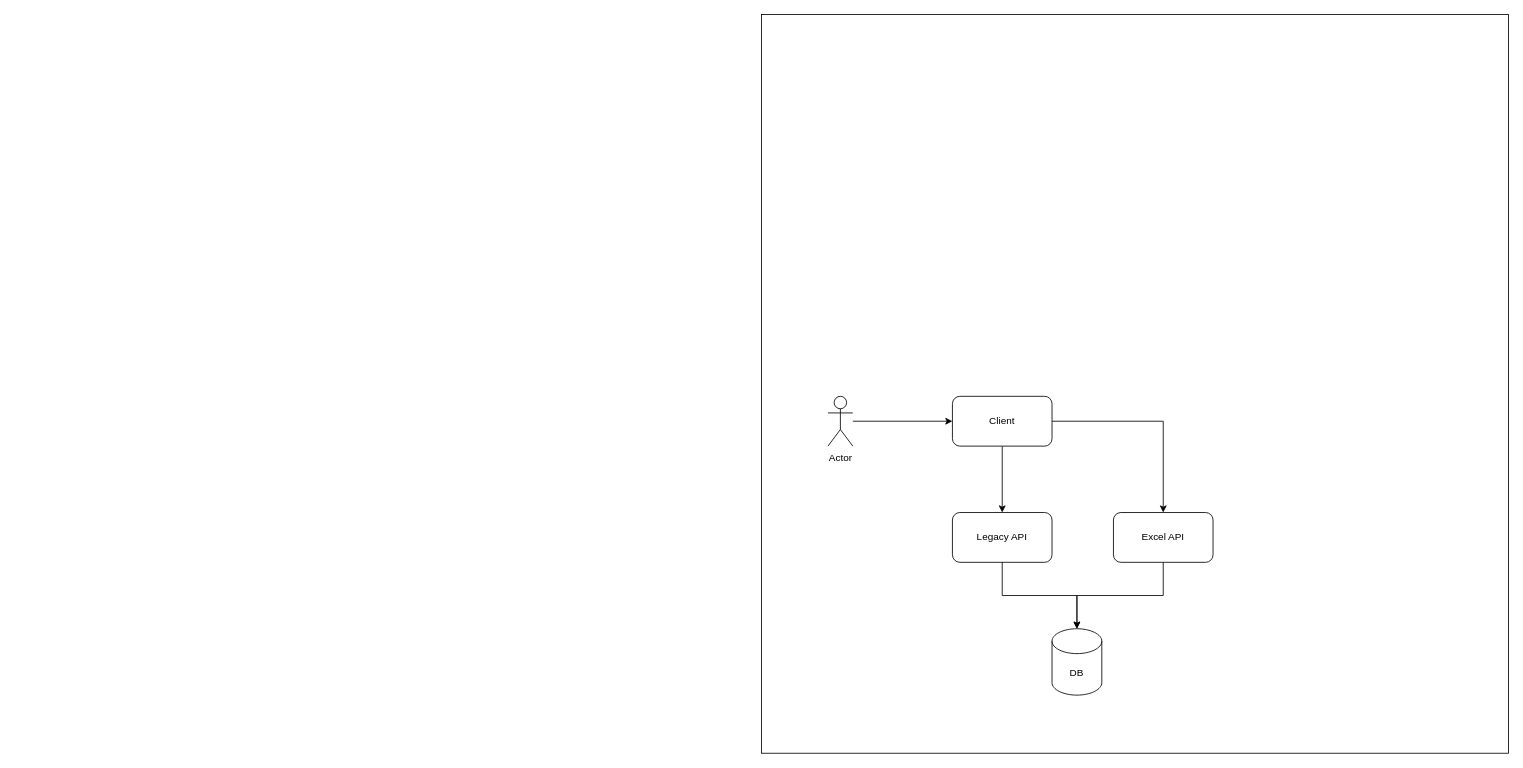
currenjin/alexandria-playground keeps this draw.io diagram as book-building-microservices/assets/building-microservices.drawio. Above is the earlier version. Source tidied: cells renumbered, new cells numbered last; positions are measured from the earlier drawing's top-left corner, leaving out a move shared by most shapes. Both pictures are drawn from the tidied source at 83%, with x=0, y=0 at pixel (761, 14).
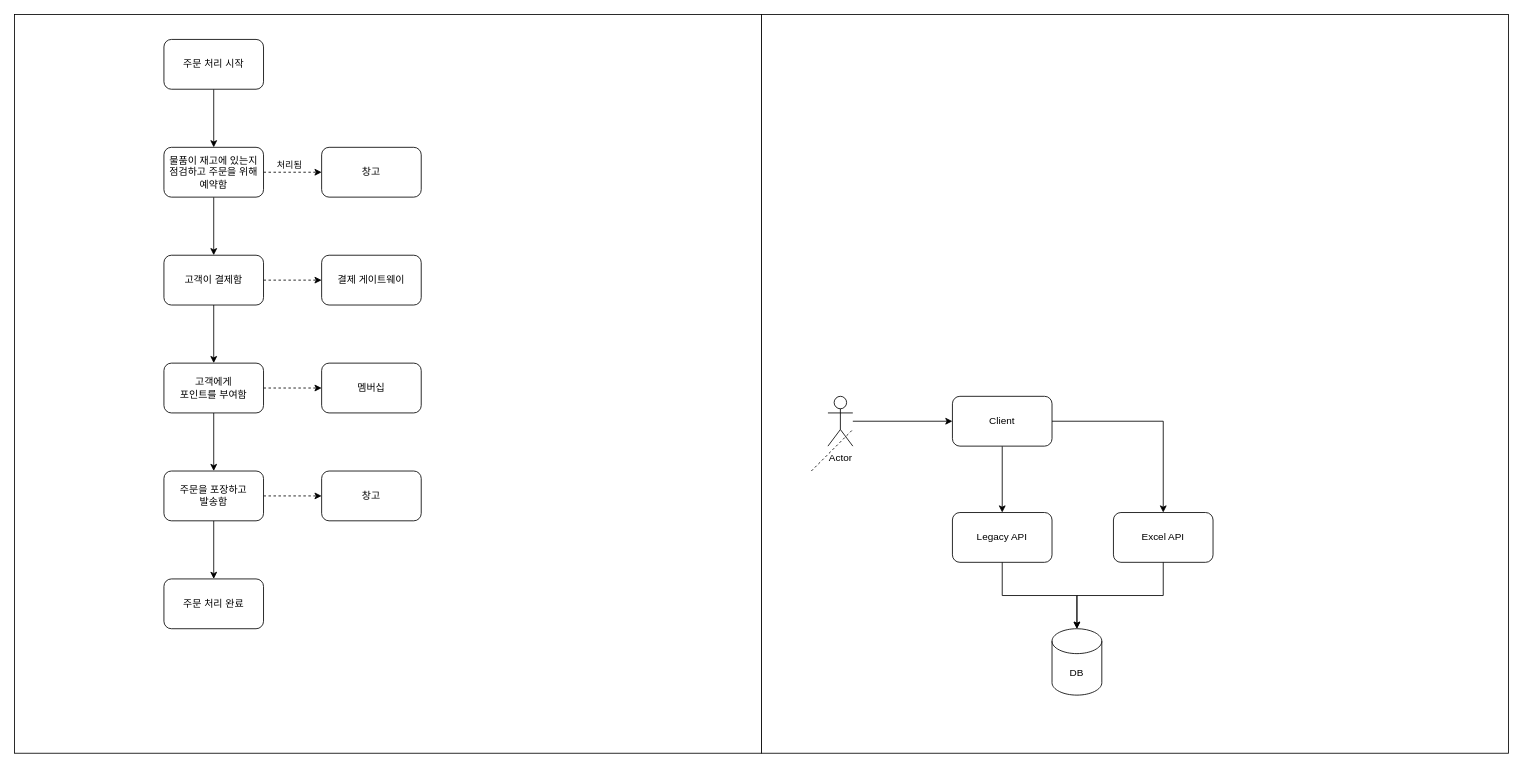
The same page after the edit.

Commit message (it also covers changes not shown here):
Challenge/251027 building microservices (#182)

* docs: add more ch06

* chore: add saga pattern

* docs: add saga images

Change to the diagram source:
```diff
@@
+    <mxCell id="13" style="rounded=0;whiteSpace=wrap;html=1;" parent="1" vertex="1">
+      <mxGeometry x="-900" width="900" height="890" as="geometry" />
+    </mxCell>
+    <mxCell id="14" style="edgeStyle=orthogonalEdgeStyle;rounded=0;jettySize=auto;html=1;entryX=0.5;entryY=0;entryDx=0;entryDy=0;" parent="1" edge="1" source="15" target="22">
+      <mxGeometry relative="1" as="geometry" />
+    </mxCell>
+    <mxCell id="15" value="주문 처리 시작" style="rounded=1;whiteSpace=wrap;html=1;" parent="1" vertex="1">
+      <mxGeometry x="-720" y="30" width="120" height="60" as="geometry" />
+    </mxCell>
+    <mxCell id="16" style="edgeStyle=orthogonalEdgeStyle;rounded=0;jettySize=auto;html=1;entryX=0.5;entryY=0;entryDx=0;entryDy=0;" parent="1" edge="1" source="18" target="25">
+      <mxGeometry relative="1" as="geometry" />
+    </mxCell>
+    <mxCell id="17" style="edgeStyle=orthogonalEdgeStyle;rounded=0;jettySize=auto;html=1;dashed=1;" parent="1" edge="1" source="18" target="30">
+      <mxGeometry relative="1" as="geometry" />
+    </mxCell>
+    <mxCell id="18" value="고객이 결제함" style="rounded=1;whiteSpace=wrap;html=1;" parent="1" vertex="1">
+      <mxGeometry x="-720" y="290" width="120" height="60" as="geometry" />
+    </mxCell>
+    <mxCell id="19" style="edgeStyle=orthogonalEdgeStyle;rounded=0;jettySize=auto;html=1;entryX=0.5;entryY=0;entryDx=0;entryDy=0;" parent="1" edge="1" source="22" target="18">
+      <mxGeometry relative="1" as="geometry" />
+    </mxCell>
+    <mxCell id="20" style="edgeStyle=orthogonalEdgeStyle;rounded=0;jettySize=auto;html=1;dashed=1;" parent="1" edge="1" source="22" target="31">
+      <mxGeometry relative="1" as="geometry" />
+    </mxCell>
+    <mxCell id="21" value="처리됨" style="edgeLabel;html=1;align=center;verticalAlign=middle;" parent="20" vertex="1">
+      <mxGeometry x="-0.14" y="3" relative="1" as="geometry">
+        <mxPoint y="-7" as="offset" />
+      </mxGeometry>
+    </mxCell>
+    <mxCell id="22" value="물품이 재고에 있는지&lt;div&gt;점검하고 주문을 위해&lt;/div&gt;&lt;div&gt;예약함&lt;/div&gt;" style="rounded=1;whiteSpace=wrap;html=1;" parent="1" vertex="1">
+      <mxGeometry x="-720" y="160" width="120" height="60" as="geometry" />
+    </mxCell>
+    <mxCell id="23" style="edgeStyle=orthogonalEdgeStyle;rounded=0;jettySize=auto;html=1;entryX=0.5;entryY=0;entryDx=0;entryDy=0;" parent="1" edge="1" source="25" target="28">
+      <mxGeometry relative="1" as="geometry" />
+    </mxCell>
+    <mxCell id="24" style="edgeStyle=orthogonalEdgeStyle;rounded=0;jettySize=auto;html=1;dashed=1;" parent="1" edge="1" source="25" target="32">
+      <mxGeometry relative="1" as="geometry" />
+    </mxCell>
+    <mxCell id="25" value="고객에게&lt;div&gt;포인트를 부여함&lt;/div&gt;" style="rounded=1;whiteSpace=wrap;html=1;" parent="1" vertex="1">
+      <mxGeometry x="-720" y="420" width="120" height="60" as="geometry" />
+    </mxCell>
+    <mxCell id="26" style="edgeStyle=orthogonalEdgeStyle;rounded=0;jettySize=auto;html=1;" parent="1" edge="1" source="28" target="29">
+      <mxGeometry relative="1" as="geometry" />
+    </mxCell>
+    <mxCell id="27" style="edgeStyle=orthogonalEdgeStyle;rounded=0;jettySize=auto;html=1;dashed=1;" parent="1" edge="1" source="28" target="33">
+      <mxGeometry relative="1" as="geometry" />
+    </mxCell>
+    <mxCell id="28" value="주문을 포장하고&lt;div&gt;발송함&lt;/div&gt;" style="rounded=1;whiteSpace=wrap;html=1;" parent="1" vertex="1">
+      <mxGeometry x="-720" y="550" width="120" height="60" as="geometry" />
+    </mxCell>
+    <mxCell id="29" value="주문 처리 완료" style="rounded=1;whiteSpace=wrap;html=1;" parent="1" vertex="1">
+      <mxGeometry x="-720" y="680" width="120" height="60" as="geometry" />
+    </mxCell>
+    <mxCell id="30" value="결제 게이트웨이" style="rounded=1;whiteSpace=wrap;html=1;" parent="1" vertex="1">
+      <mxGeometry x="-530" y="290" width="120" height="60" as="geometry" />
+    </mxCell>
+    <mxCell id="31" value="창고" style="rounded=1;whiteSpace=wrap;html=1;" parent="1" vertex="1">
+      <mxGeometry x="-530" y="160" width="120" height="60" as="geometry" />
+    </mxCell>
+    <mxCell id="32" value="멤버십" style="rounded=1;whiteSpace=wrap;html=1;" parent="1" vertex="1">
+      <mxGeometry x="-530" y="420" width="120" height="60" as="geometry" />
+    </mxCell>
+    <mxCell id="33" value="창고" style="rounded=1;whiteSpace=wrap;html=1;" parent="1" vertex="1">
+      <mxGeometry x="-530" y="550" width="120" height="60" as="geometry" />
+    </mxCell>
+    <mxCell id="34" style="endArrow=none;dashed=1;html=1;rounded=0;" parent="1" edge="1">
+      <mxGeometry relative="1" as="geometry">
+        <mxPoint x="60" y="550" as="sourcePoint" />
+        <mxPoint x="110" y="500" as="targetPoint" />
+      </mxGeometry>
+    </mxCell>
```
